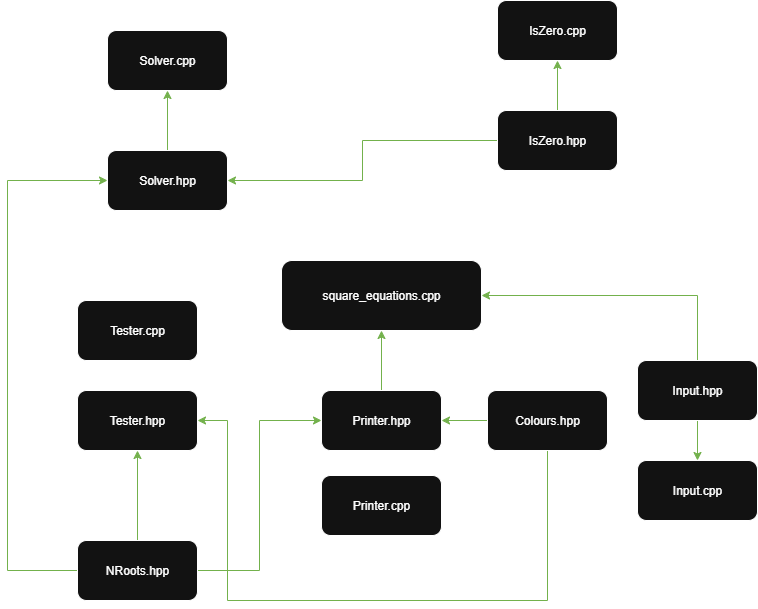
Earlier version of the draw.io export Project_structure.png (Sergey3G/C-Summer-School). Source tidied: cells renumbered, new cells last; positions are measured from the earlier drawing's top-left corner, leaving out a move shared by most shapes.
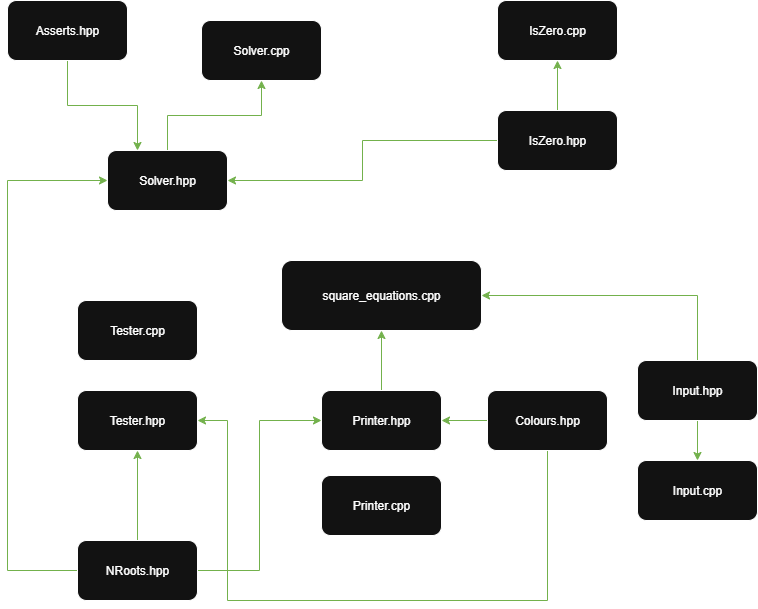
Above is the later version.

Diff of the diagram source:
```diff
@@ -45,7 +45,7 @@
       <mxGeometry x="100" y="150" width="120" height="60" as="geometry" />
     </mxCell>
     <mxCell id="14" value="Solver.cpp" style="rounded=1;whiteSpace=wrap;html=1;" parent="1" vertex="1">
-      <mxGeometry x="100" y="30" width="120" height="60" as="geometry" />
+      <mxGeometry x="194" y="20" width="120" height="60" as="geometry" />
     </mxCell>
     <mxCell id="15" value="Tester.cpp" style="rounded=1;whiteSpace=wrap;html=1;" parent="1" vertex="1">
       <mxGeometry x="70" y="300" width="120" height="60" as="geometry" />
@@ -102,5 +102,11 @@
     <mxCell id="28" value="Colours.hpp" style="rounded=1;whiteSpace=wrap;html=1;" parent="1" vertex="1">
       <mxGeometry x="480" y="390" width="120" height="60" as="geometry" />
     </mxCell>
+    <mxCell id="29" style="edgeStyle=orthogonalEdgeStyle;rounded=0;jettySize=auto;html=1;entryX=0.25;entryY=0;entryDx=0;entryDy=0;fillColor=#60a917;strokeColor=#2D7600;" parent="1" edge="1" source="30" target="13">
+      <mxGeometry relative="1" as="geometry" />
+    </mxCell>
+    <mxCell id="30" value="Asserts.hpp" style="rounded=1;whiteSpace=wrap;html=1;" parent="1" vertex="1">
+      <mxGeometry width="120" height="60" as="geometry" />
+    </mxCell>
   </root>
 </mxGraphModel>
```
